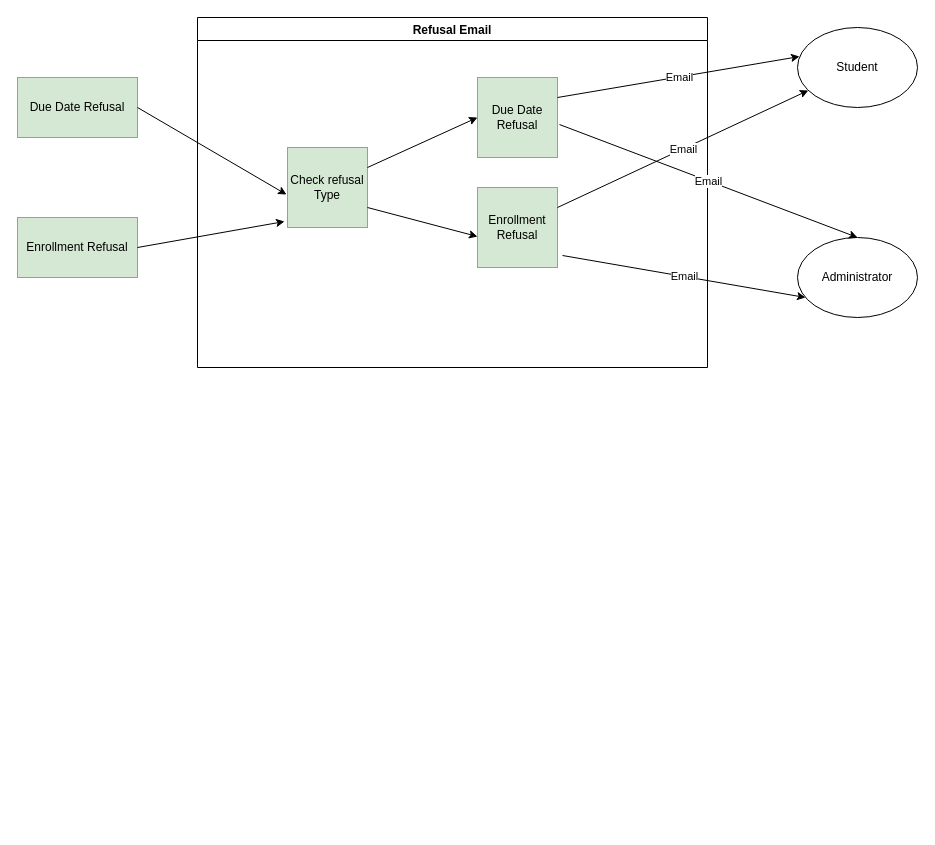
logankilpatrick/OxfordUnit2 keeps this draw.io diagram as page "Level 2" (3 of 3) of Unit2Question2.drawio. Above is the earlier version. Source tidied: cells renumbered, new cells numbered last; positions are measured from the earlier drawing's top-left corner, leaving out a move shared by most shapes. Both pictures are drawn from the tidied source at 100%, with x=0, y=0 at pixel (17, 17).
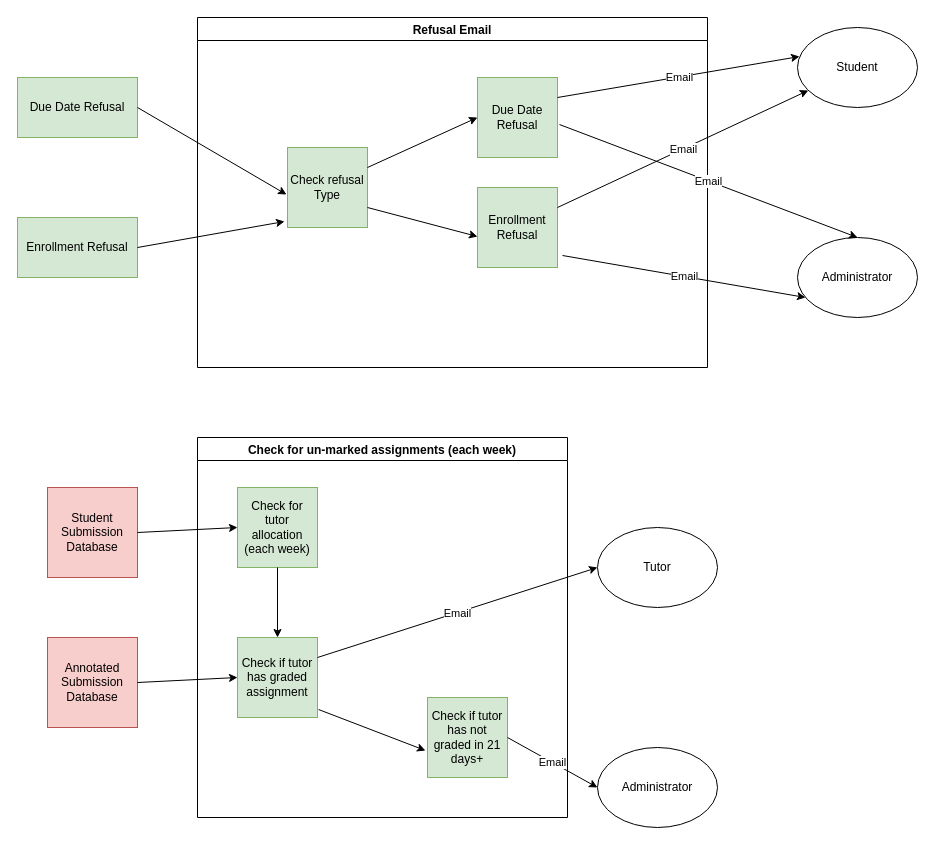
Above is the later version.

The edit, as a diff of the source:
```diff
@@
+    <mxCell id="22" value="Check for un-marked assignments (each week)" style="swimlane;" parent="1" vertex="1">
+      <mxGeometry x="180" y="420" width="370" height="380" as="geometry" />
+    </mxCell>
+    <mxCell id="23" value="Check for tutor allocation (each week)" style="whiteSpace=wrap;html=1;fillColor=#d5e8d4;strokeColor=#82b366;" parent="22" vertex="1">
+      <mxGeometry x="40" y="50" width="80" height="80" as="geometry" />
+    </mxCell>
+    <mxCell id="24" value="Check if tutor has graded assignment" style="whiteSpace=wrap;html=1;fillColor=#d5e8d4;strokeColor=#82b366;" parent="22" vertex="1">
+      <mxGeometry x="40" y="200" width="80" height="80" as="geometry" />
+    </mxCell>
+    <mxCell id="25" style="endArrow=classic;html=1;exitX=0.5;exitY=1;exitDx=0;exitDy=0;entryX=0.5;entryY=0;entryDx=0;entryDy=0;" parent="22" edge="1" source="23" target="24">
+      <mxGeometry relative="1" as="geometry" />
+    </mxCell>
+    <mxCell id="26" value="Check if tutor has not graded in 21 days+" style="whiteSpace=wrap;html=1;fillColor=#d5e8d4;strokeColor=#82b366;" parent="22" vertex="1">
+      <mxGeometry x="230" y="260" width="80" height="80" as="geometry" />
+    </mxCell>
+    <mxCell id="27" style="endArrow=classic;html=1;exitX=1.013;exitY=0.9;exitDx=0;exitDy=0;entryX=-0.025;entryY=0.663;entryDx=0;entryDy=0;entryPerimeter=0;exitPerimeter=0;" parent="22" edge="1" source="24" target="26">
+      <mxGeometry relative="1" as="geometry" />
+    </mxCell>
+    <mxCell id="28" value="Student Submission Database" style="whiteSpace=wrap;html=1;fillColor=#f8cecc;strokeColor=#b85450;" parent="1" vertex="1">
+      <mxGeometry x="30" y="470" width="90" height="90" as="geometry" />
+    </mxCell>
+    <mxCell id="29" value="Annotated Submission Database" style="whiteSpace=wrap;html=1;fillColor=#f8cecc;strokeColor=#b85450;" parent="1" vertex="1">
+      <mxGeometry x="30" y="620" width="90" height="90" as="geometry" />
+    </mxCell>
+    <mxCell id="30" style="endArrow=classic;html=1;exitX=1;exitY=0.5;exitDx=0;exitDy=0;entryX=0;entryY=0.5;entryDx=0;entryDy=0;" parent="1" edge="1" source="28" target="23">
+      <mxGeometry relative="1" as="geometry" />
+    </mxCell>
+    <mxCell id="31" style="endArrow=classic;html=1;exitX=1;exitY=0.5;exitDx=0;exitDy=0;entryX=0;entryY=0.5;entryDx=0;entryDy=0;" parent="1" edge="1" source="29" target="24">
+      <mxGeometry relative="1" as="geometry" />
+    </mxCell>
+    <mxCell id="32" value="Tutor" style="ellipse;whiteSpace=wrap;html=1;" parent="1" vertex="1">
+      <mxGeometry x="580" y="510" width="120" height="80" as="geometry" />
+    </mxCell>
+    <mxCell id="33" value="Administrator" style="ellipse;whiteSpace=wrap;html=1;" parent="1" vertex="1">
+      <mxGeometry x="580" y="730" width="120" height="80" as="geometry" />
+    </mxCell>
+    <mxCell id="34" style="endArrow=classic;html=1;exitX=1;exitY=0.25;exitDx=0;exitDy=0;entryX=0;entryY=0.5;entryDx=0;entryDy=0;" parent="1" edge="1" source="24" target="32">
+      <mxGeometry relative="1" as="geometry" />
+    </mxCell>
+    <mxCell id="35" value="Email" style="edgeLabel;html=1;align=center;verticalAlign=middle;" parent="34" vertex="1">
+      <mxGeometry relative="1" as="geometry" />
+    </mxCell>
+    <mxCell id="36" style="endArrow=classic;html=1;exitX=1;exitY=0.5;exitDx=0;exitDy=0;entryX=0;entryY=0.5;entryDx=0;entryDy=0;" parent="1" edge="1" source="26" target="33">
+      <mxGeometry relative="1" as="geometry" />
+    </mxCell>
+    <mxCell id="37" value="Email" style="edgeLabel;html=1;align=center;verticalAlign=middle;" parent="36" vertex="1">
+      <mxGeometry relative="1" as="geometry" />
+    </mxCell>
```
